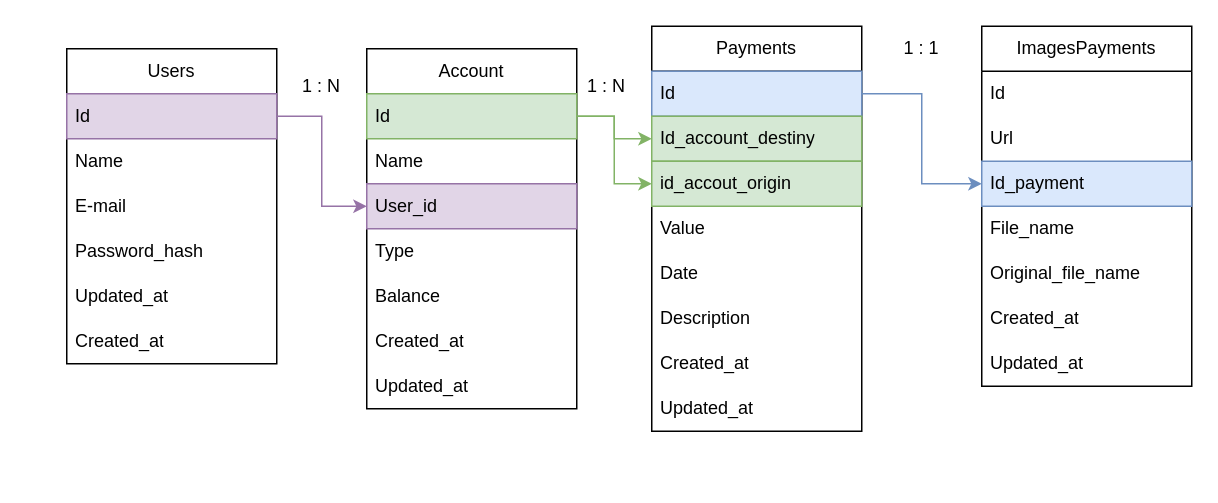
Before: dbDiagram.drawio in Moyseys/empreende-aqui-challenge, a draw.io diagram. Source tidied: cells renumbered, new cells numbered last; positions are measured from the earlier drawing's top-left corner, leaving out a move shared by most shapes. Both pictures are drawn from the tidied source at 150%, with x=0, y=0 at pixel (66, 26).
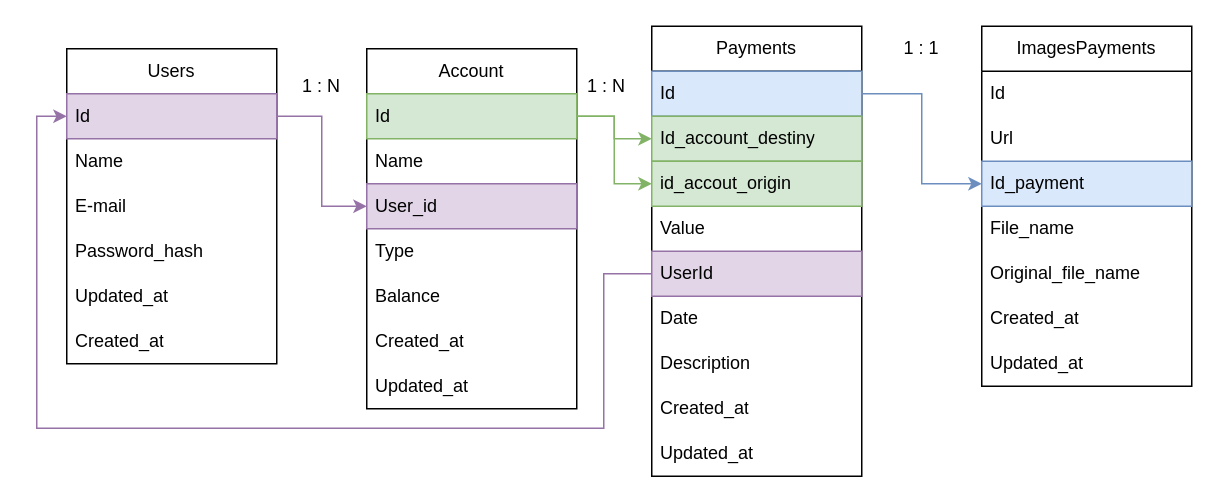
The same diagram, later.

The change refers to these unchanged cells:
```xml
<mxCell id="31" value="Id" style="text;align=left;verticalAlign=middle;spacingLeft=4;spacingRight=4;overflow=hidden;points=[[0,0.5],[1,0.5]];portConstraint=eastwest;whiteSpace=wrap;html=1;fillColor=#e1d5e7;strokeColor=#9673a6;" parent="30" vertex="1">
  <mxGeometry y="30" width="140" height="30" as="geometry" />
</mxCell>
```

Change to the diagram source:
```diff
@@
     <mxCell id="10" value="Payments" style="swimlane;fontStyle=0;horizontal=1;startSize=30;whiteSpace=wrap;html=1;" parent="1" vertex="1">
-      <mxGeometry x="390" width="140" height="270" as="geometry" />
+      <mxGeometry x="390" width="140" height="300" as="geometry" />
     </mxCell>
@@
+    <mxCell id="41" value="UserId" style="text;strokeColor=#9673a6;fillColor=#e1d5e7;align=left;verticalAlign=middle;spacingLeft=4;spacingRight=4;overflow=hidden;points=[[0,0.5],[1,0.5]];portConstraint=eastwest;whiteSpace=wrap;html=1;" parent="10" vertex="1">
+      <mxGeometry y="150" width="140" height="30" as="geometry" />
+    </mxCell>
     <mxCell id="15" value="Date" style="text;strokeColor=none;fillColor=none;align=left;verticalAlign=middle;spacingLeft=4;spacingRight=4;overflow=hidden;whiteSpace=wrap;html=1;" parent="10" vertex="1">
-      <mxGeometry y="150" width="140" height="30" as="geometry" />
+      <mxGeometry y="180" width="140" height="30" as="geometry" />
     </mxCell>
     <mxCell id="16" value="Description" style="text;strokeColor=none;fillColor=none;align=left;verticalAlign=middle;spacingLeft=4;spacingRight=4;overflow=hidden;whiteSpace=wrap;html=1;" parent="10" vertex="1">
-      <mxGeometry y="180" width="140" height="30" as="geometry" />
+      <mxGeometry y="210" width="140" height="30" as="geometry" />
     </mxCell>
     <mxCell id="17" value="Created_at" style="text;strokeColor=none;fillColor=none;align=left;verticalAlign=middle;spacingLeft=4;spacingRight=4;overflow=hidden;whiteSpace=wrap;html=1;" parent="10" vertex="1">
-      <mxGeometry y="210" width="140" height="30" as="geometry" />
+      <mxGeometry y="240" width="140" height="30" as="geometry" />
     </mxCell>
     <mxCell id="18" value="Updated_at" style="text;strokeColor=none;fillColor=none;align=left;verticalAlign=middle;spacingLeft=4;spacingRight=4;overflow=hidden;whiteSpace=wrap;html=1;" parent="10" vertex="1">
-      <mxGeometry y="240" width="140" height="30" as="geometry" />
+      <mxGeometry y="270" width="140" height="30" as="geometry" />
     </mxCell>
@@
+    <mxCell id="42" style="edgeStyle=orthogonalEdgeStyle;rounded=0;jettySize=auto;html=1;entryX=0;entryY=0.5;entryDx=0;entryDy=0;fillColor=#e1d5e7;strokeColor=#9673a6;" parent="1" edge="1" source="41" target="31">
+      <mxGeometry relative="1" as="geometry">
+        <Array as="points">
+          <mxPoint x="358" y="165" />
+          <mxPoint x="358" y="268" />
+          <mxPoint x="-20" y="268" />
+          <mxPoint x="-20" y="60" />
+        </Array>
+      </mxGeometry>
+    </mxCell>
```
